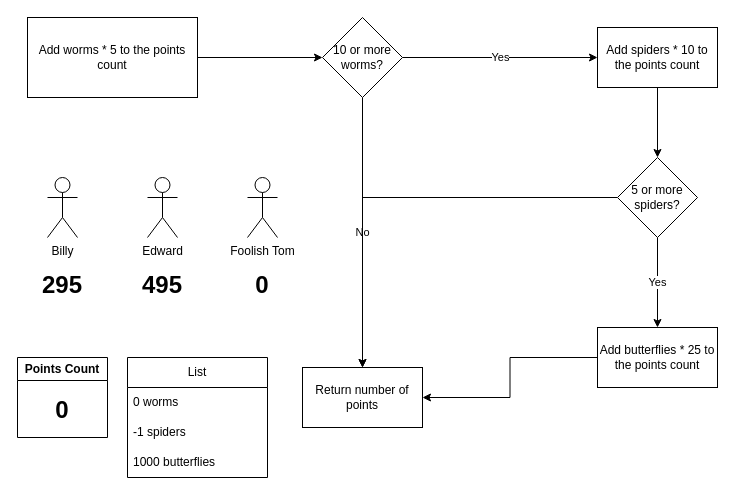
The draw.io diagram bug_catcher.drawio in frqubit/diagrams, before the edit. Source tidied: cells renumbered, new cells numbered last; positions are measured from the earlier drawing's top-left corner, leaving out a move shared by most shapes. Both pictures are drawn from the tidied source at 100%, with x=0, y=0 at pixel (17, 17).
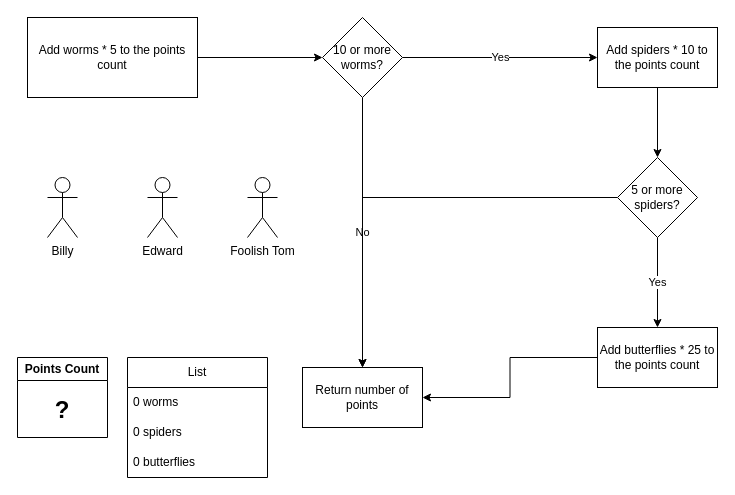
After the change.

Unchanged cells that the change refers to:
```xml
<mxCell id="16" value="Points Count" style="swimlane;whiteSpace=wrap;html=1;" parent="1" vertex="1">
  <mxGeometry y="340" width="90" height="80" as="geometry" />
</mxCell>
<mxCell id="18" value="List" style="swimlane;fontStyle=0;horizontal=1;startSize=30;whiteSpace=wrap;html=1;" parent="1" vertex="1">
  <mxGeometry x="110" y="340" width="140" height="120" as="geometry" />
</mxCell>
```

Change to the diagram source:
```diff
@@
-    <mxCell id="17" value="0" style="text;html=1;align=center;verticalAlign=middle;whiteSpace=wrap;rounded=0;fontSize=24;fontStyle=1;" parent="16" vertex="1">
+    <mxCell id="17" value="?" style="text;html=1;align=center;verticalAlign=middle;whiteSpace=wrap;rounded=0;fontSize=24;fontStyle=1;" parent="16" vertex="1">
       <mxGeometry x="10" y="25" width="70" height="55" as="geometry" />
     </mxCell>
@@
-    <mxCell id="20" value="-1 spiders" style="text;strokeColor=none;fillColor=none;align=left;verticalAlign=middle;spacingLeft=4;spacingRight=4;overflow=hidden;whiteSpace=wrap;html=1;" parent="18" vertex="1">
+    <mxCell id="20" value="0 spiders" style="text;strokeColor=none;fillColor=none;align=left;verticalAlign=middle;spacingLeft=4;spacingRight=4;overflow=hidden;whiteSpace=wrap;html=1;" parent="18" vertex="1">
       <mxGeometry y="60" width="140" height="30" as="geometry" />
     </mxCell>
-    <mxCell id="21" value="1000 butterflies" style="text;strokeColor=none;fillColor=none;align=left;verticalAlign=middle;spacingLeft=4;spacingRight=4;overflow=hidden;whiteSpace=wrap;html=1;" parent="18" vertex="1">
+    <mxCell id="21" value="0 butterflies" style="text;strokeColor=none;fillColor=none;align=left;verticalAlign=middle;spacingLeft=4;spacingRight=4;overflow=hidden;whiteSpace=wrap;html=1;" parent="18" vertex="1">
       <mxGeometry y="90" width="140" height="30" as="geometry" />
     </mxCell>
-    <mxCell id="22" value="295" style="text;html=1;align=center;verticalAlign=middle;whiteSpace=wrap;rounded=0;fontSize=24;fontStyle=1;" parent="1" vertex="1">
-      <mxGeometry x="10" y="240" width="70" height="55" as="geometry" />
-    </mxCell>
@@
-    <mxCell id="24" value="495" style="text;html=1;align=center;verticalAlign=middle;whiteSpace=wrap;rounded=0;fontSize=24;fontStyle=1;" parent="1" vertex="1">
-      <mxGeometry x="110" y="240" width="70" height="55" as="geometry" />
-    </mxCell>
@@
-    <mxCell id="26" value="0" style="text;html=1;align=center;verticalAlign=middle;whiteSpace=wrap;rounded=0;fontSize=24;fontStyle=1;" parent="1" vertex="1">
-      <mxGeometry x="210" y="240" width="70" height="55" as="geometry" />
-    </mxCell>
```
